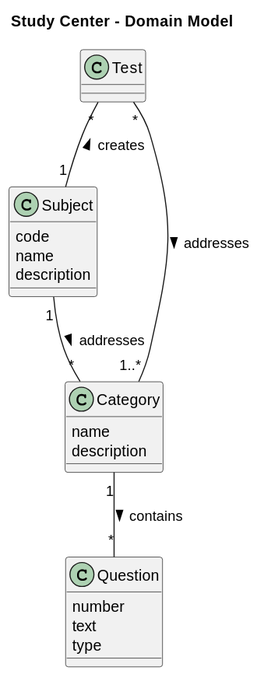
This is Docs/Architecture/DomainModel/DM/DM.svg from GuilhermeSencadas/StudyCenter, a PlantUML export, as it was before one commit. Source of this version:
```plantuml
@startuml

title "Study Center - Domain Model"

class Test

class Question{
    number
    text
    type
}

class Subject{
    code
    name
    description
}

class Category{
    name
    description
}


Subject "1" -- "*" Category: > addresses

Category "1" -- "*" Question: > contains

Test "*" -- "1" Subject: < creates
Test "*" -- "1..*" Category: > addresses

@enduml
```
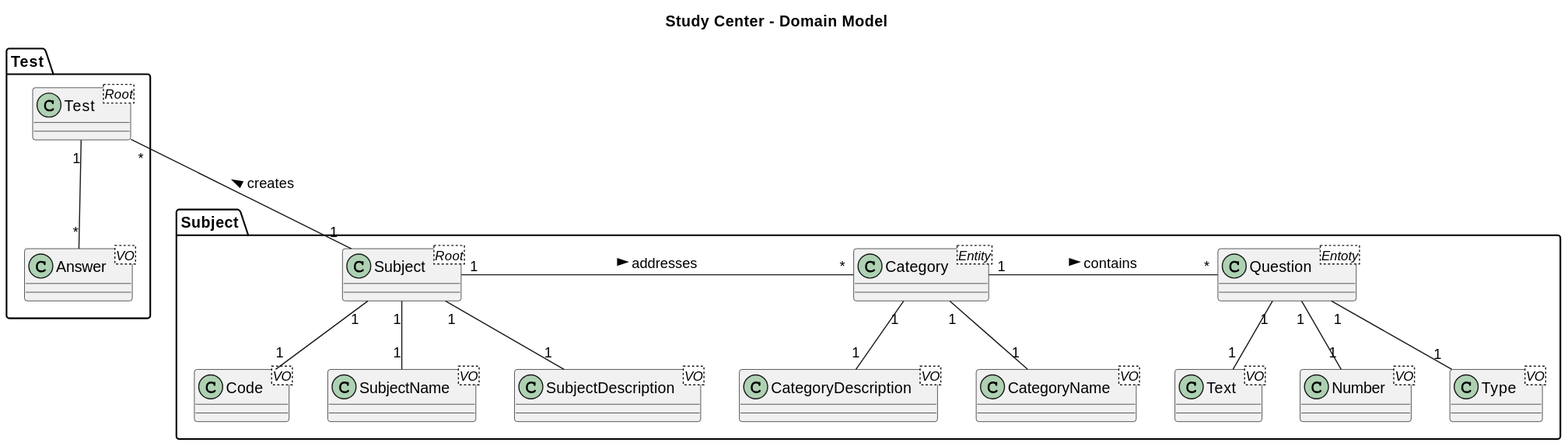
The same file after the commit.

Change to the diagram source:
```diff
@@ -2,31 +2,48 @@
 
 title "Study Center - Domain Model"
 
-class Test
+package Test{
+    class Test <Root>
 
-class Question{
-    number
-    text
-    type
+    class Answer<VO>
+
+    Test "1" -- "*" Answer
 }
 
-class Subject{
-    code
-    name
-    description
-}
+package Subject{
+    class Subject <Root>
 
-class Category{
-    name
-    description
+    class Code <VO>
+    class SubjectName <VO>
+    class SubjectDescription <VO>
+
+    Subject "1" -- "1" Code
+    Subject "1" -- "1" SubjectName
+    Subject "1" -- "1" SubjectDescription
+
+    class Category <Entity>
+    class CategoryName <VO>
+    class CategoryDescription <VO>
+
+    Category "1" -- "1" CategoryName
+    Category "1" -- "1" CategoryDescription
+
+    class Question <Entoty>
+
+    class Number <VO>
+    class Type <VO>
+    class Text <VO>
+
+    Question "1" -- "1" Number
+    Question "1" -- "1" Text
+    Question "1" -- "1" Type
 }
 
 
-Subject "1" -- "*" Category: > addresses
+Subject "1" -r- "*" Category: > addresses
 
-Category "1" -- "*" Question: > contains
+Category "1" -r- "*" Question: > contains
 
 Test "*" -- "1" Subject: < creates
-Test "*" -- "1..*" Category: > addresses
 
 @enduml
```
